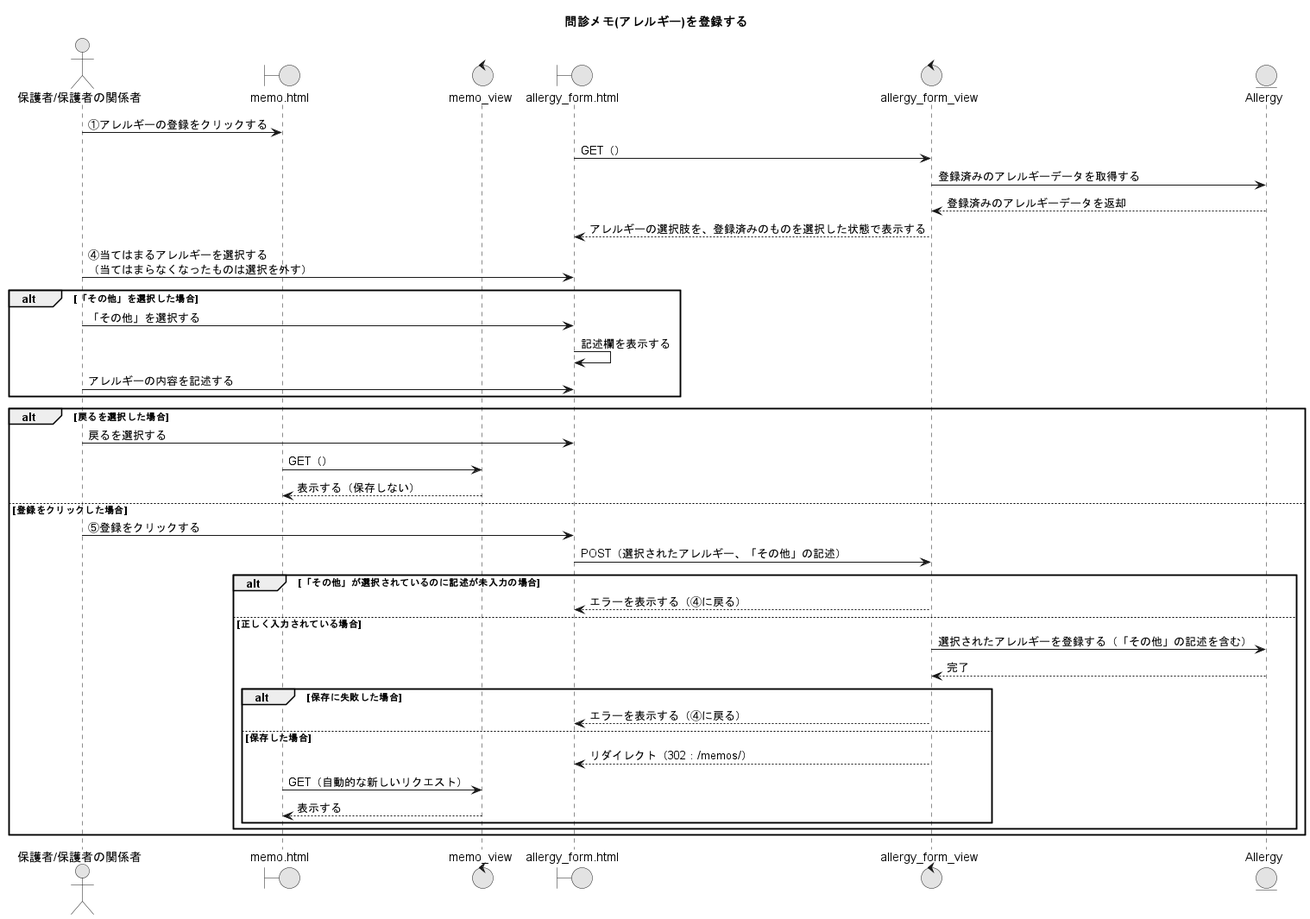
Before: PNG/17_問診メモ(アレルギー)を登録する.png, a diagram exported from PlantUML (Ma2naga190330/26_sotugyou_puml).
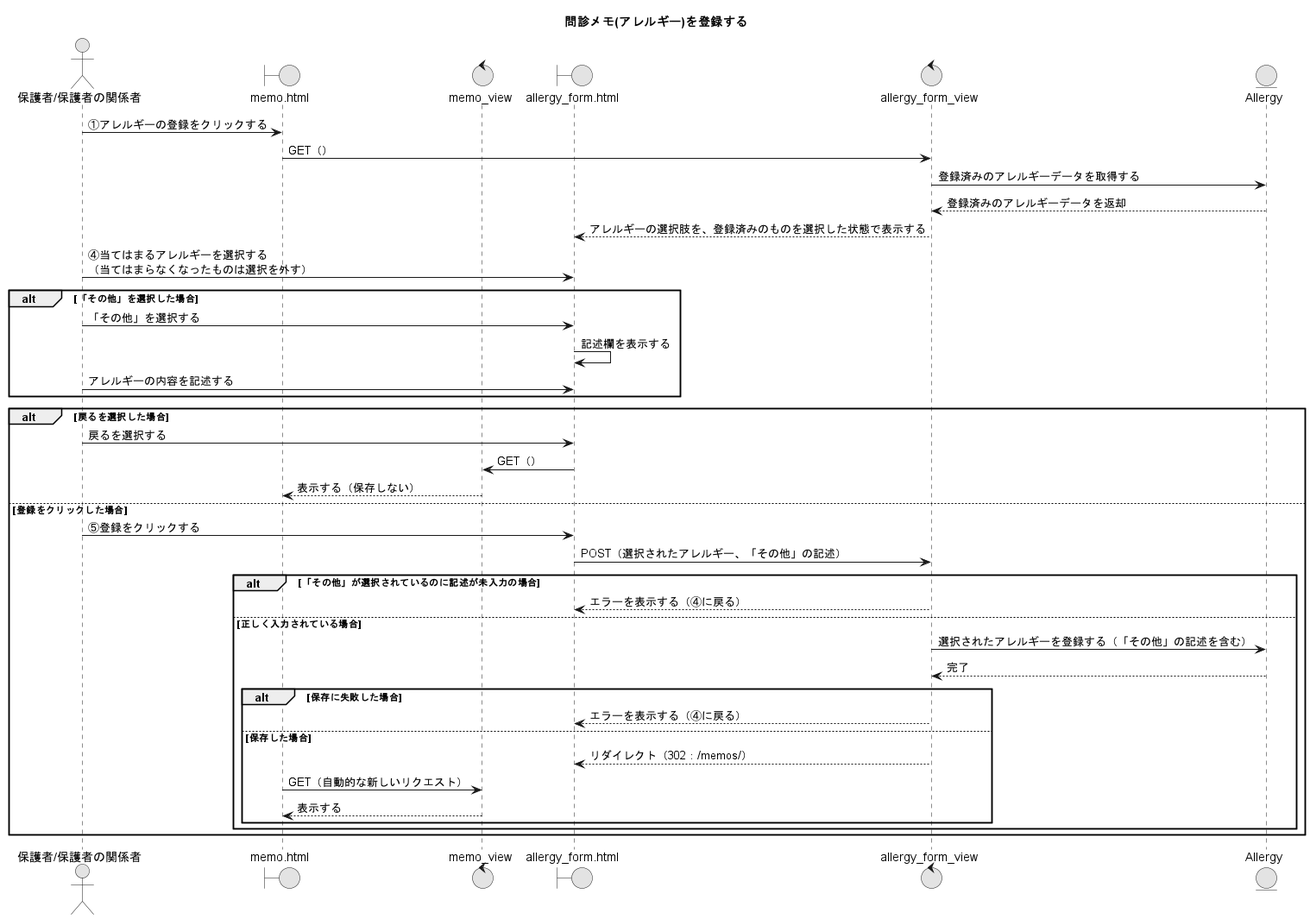
After the commit.

Change to the diagram source:
```diff
@@ -11,7 +11,7 @@
 entity "Allergy" as AM
 
 A -> MP : ①アレルギーの登録をクリックする
-AFP -> AFV : GET（）
+MP -> AFV : GET（）
 AFV -> AM : 登録済みのアレルギーデータを取得する
 AFV <-- AM : 登録済みのアレルギーデータを返却
 AFV --> AFP : アレルギーの選択肢を、登録済みのものを選択した状態で表示する
@@ -25,7 +25,7 @@
 
 alt 戻るを選択した場合
   A -> AFP : 戻るを選択する
-  MP -> MV : GET（）
+  AFP -> MV : GET（）
   MV --> MP : 表示する（保存しない）
 else 登録をクリックした場合
   A -> AFP : ⑤登録をクリックする
```
